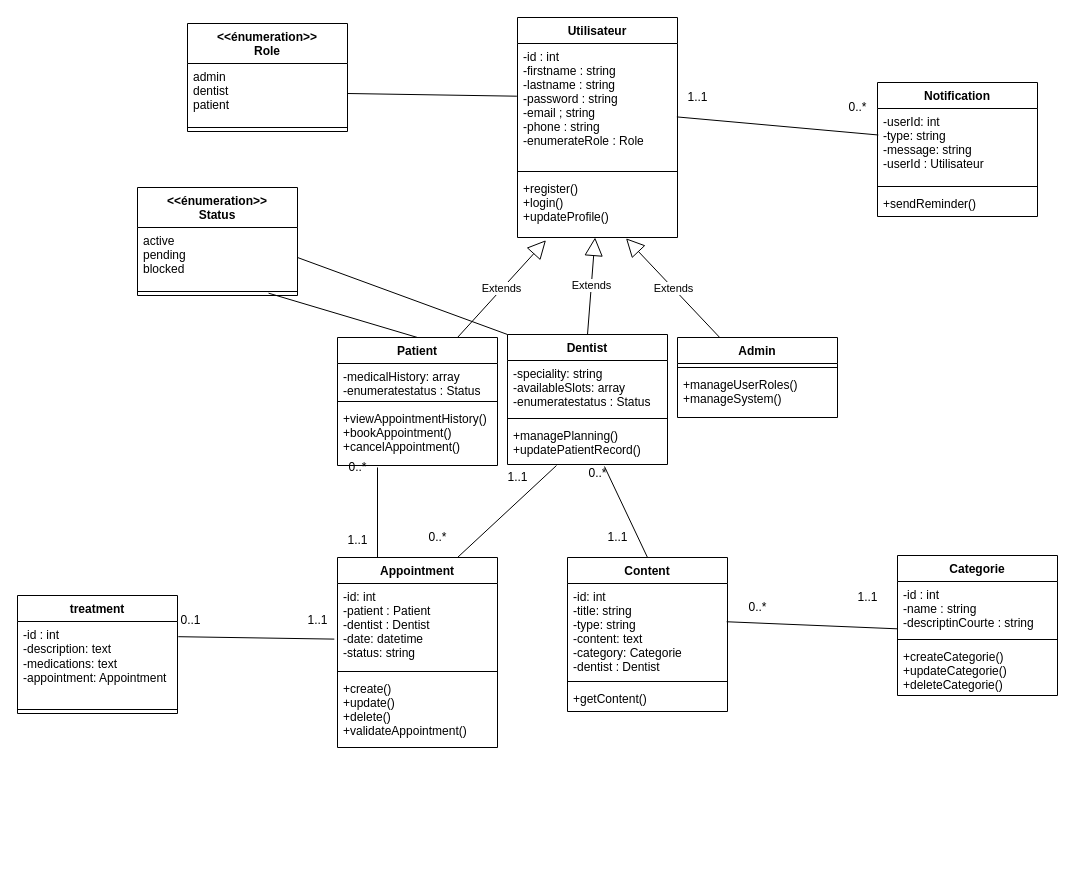
AmeksaKhadija/SmilHub keeps this draw.io diagram as CONCEPTION/DC.drawio. Above is the earlier version. Source tidied: cells renumbered, new cells numbered last; positions are measured from the earlier drawing's top-left corner, leaving out a move shared by most shapes. Both pictures are drawn from the tidied source at 100%, with x=0, y=0 at pixel (17, 17).
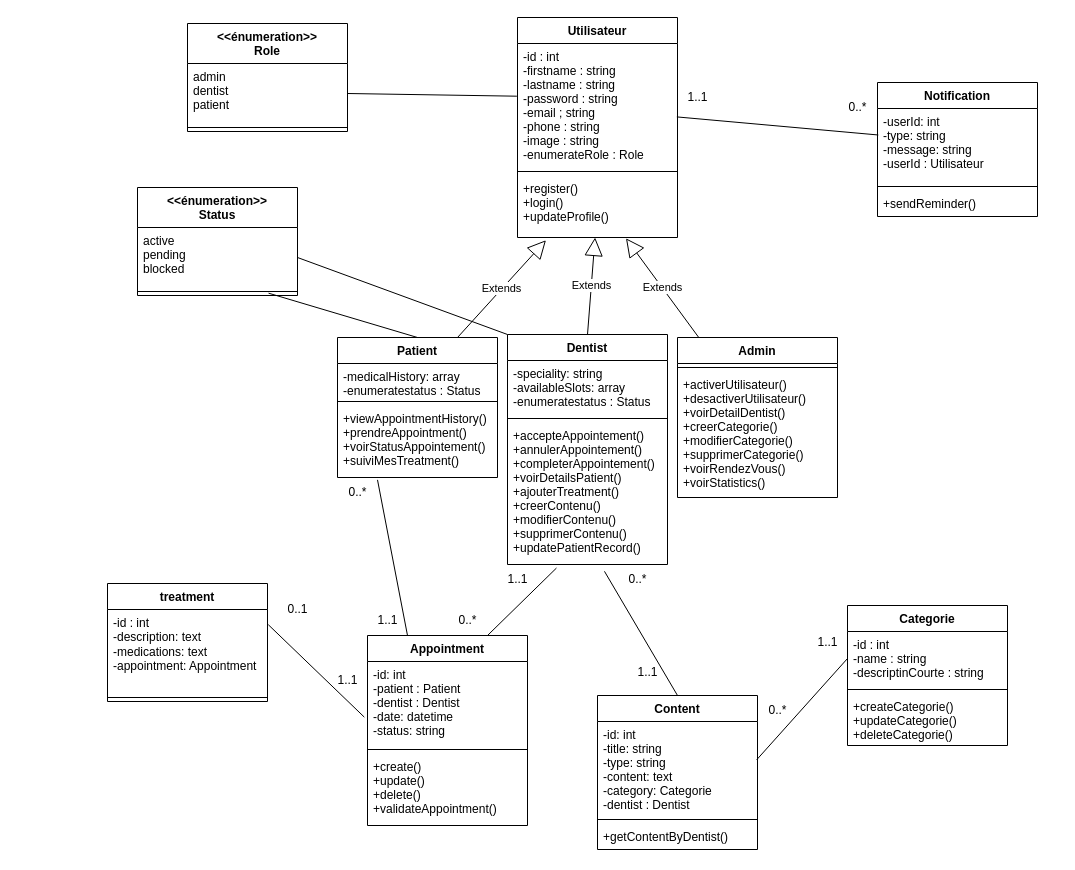
Above is the later version.

Unchanged cells that the change refers to:
```xml
<mxCell id="2" value="Utilisateur" style="swimlane;fontStyle=1;align=center;verticalAlign=top;horizontal=1;startSize=26;" parent="1" vertex="1">
  <mxGeometry x="500" width="160" height="220" as="geometry" />
</mxCell>
<mxCell id="25" value="-id: int&#10;-title: string&#10;-type: string&#10;-content: text&#10;-category: Categorie&#10;-dentist : Dentist" style="text;strokeColor=none;fillColor=none;align=left;verticalAlign=top;spacingLeft=4;spacingRight=4;overflow=hidden;points=[[0,0.5],[1,0.5]];portConstraint=eastwest;" parent="24" vertex="1">
  <mxGeometry y="26" width="160" height="94" as="geometry" />
</mxCell>
<mxCell id="29" value="-id : int &#10;-name : string&#10;-descriptinCourte : string" style="text;strokeColor=none;fillColor=none;align=left;verticalAlign=top;spacingLeft=4;spacingRight=4;overflow=hidden;points=[[0,0.5],[1,0.5]];portConstraint=eastwest;" parent="28" vertex="1">
  <mxGeometry y="26" width="160" height="54" as="geometry" />
</mxCell>
```

The edit, as a diff of the source:
```diff
@@
-    <mxCell id="3" value="-id : int &#10;-firstname : string&#10;-lastname : string &#10;-password : string&#10;-email ; string &#10;-phone : string&#10;-enumerateRole : Role" style="text;strokeColor=none;fillColor=none;align=left;verticalAlign=top;spacingLeft=4;spacingRight=4;overflow=hidden;points=[[0,0.5],[1,0.5]];portConstraint=eastwest;" parent="2" vertex="1">
+    <mxCell id="3" value="-id : int &#10;-firstname : string&#10;-lastname : string &#10;-password : string&#10;-email ; string &#10;-phone : string&#10;-image : string&#10;-enumerateRole : Role" style="text;strokeColor=none;fillColor=none;align=left;verticalAlign=top;spacingLeft=4;spacingRight=4;overflow=hidden;points=[[0,0.5],[1,0.5]];portConstraint=eastwest;" parent="2" vertex="1">
       <mxGeometry y="26" width="160" height="124" as="geometry" />
     </mxCell>
@@
     <mxCell id="9" value="Appointment" style="swimlane;fontStyle=1;align=center;verticalAlign=top;horizontal=1;startSize=26;" parent="1" vertex="1">
-      <mxGeometry x="320" y="540" width="160" height="190" as="geometry" />
+      <mxGeometry x="350" y="618" width="160" height="190" as="geometry" />
     </mxCell>
@@
     <mxCell id="13" value="Patient" style="swimlane;fontStyle=1;align=center;verticalAlign=top;horizontal=1;startSize=26;" parent="1" vertex="1">
-      <mxGeometry x="320" y="320" width="160" height="128" as="geometry" />
+      <mxGeometry x="320" y="320" width="160" height="140" as="geometry" />
     </mxCell>
@@
-    <mxCell id="16" value="+viewAppointmentHistory()&#10;+bookAppointment()&#10;+cancelAppointment()" style="text;strokeColor=none;fillColor=none;align=left;verticalAlign=top;spacingLeft=4;spacingRight=4;overflow=hidden;points=[[0,0.5],[1,0.5]];portConstraint=eastwest;" parent="13" vertex="1">
-      <mxGeometry y="68" width="160" height="60" as="geometry" />
+    <mxCell id="16" value="+viewAppointmentHistory()&#10;+prendreAppointment()&#10;+voirStatusAppointement()&#10;+suiviMesTreatment()" style="text;strokeColor=none;fillColor=none;align=left;verticalAlign=top;spacingLeft=4;spacingRight=4;overflow=hidden;points=[[0,0.5],[1,0.5]];portConstraint=eastwest;" parent="13" vertex="1">
+      <mxGeometry y="68" width="160" height="72" as="geometry" />
     </mxCell>
     <mxCell id="17" value="Dentist" style="swimlane;fontStyle=1;align=center;verticalAlign=top;horizontal=1;startSize=26;" parent="1" vertex="1">
-      <mxGeometry x="490" y="317" width="160" height="130" as="geometry" />
+      <mxGeometry x="490" y="317" width="160" height="230" as="geometry" />
     </mxCell>
@@
-    <mxCell id="20" value="+managePlanning()&#10;+updatePatientRecord()" style="text;strokeColor=none;fillColor=none;align=left;verticalAlign=top;spacingLeft=4;spacingRight=4;overflow=hidden;points=[[0,0.5],[1,0.5]];portConstraint=eastwest;" parent="17" vertex="1">
-      <mxGeometry y="88" width="160" height="42" as="geometry" />
+    <mxCell id="20" value="+accepteAppointement()&#10;+annulerAppointement()&#10;+completerAppointement()&#10;+voirDetailsPatient()&#10;+ajouterTreatment()&#10;+creerContenu()&#10;+modifierContenu()&#10;+supprimerContenu()&#10;+updatePatientRecord()" style="text;strokeColor=none;fillColor=none;align=left;verticalAlign=top;spacingLeft=4;spacingRight=4;overflow=hidden;points=[[0,0.5],[1,0.5]];portConstraint=eastwest;" parent="17" vertex="1">
+      <mxGeometry y="88" width="160" height="142" as="geometry" />
     </mxCell>
     <mxCell id="21" value="Admin" style="swimlane;fontStyle=1;align=center;verticalAlign=top;horizontal=1;startSize=26;" parent="1" vertex="1">
-      <mxGeometry x="660" y="320" width="160" height="80" as="geometry" />
+      <mxGeometry x="660" y="320" width="160" height="160" as="geometry" />
     </mxCell>
@@
-    <mxCell id="23" value="+manageUserRoles()&#10;+manageSystem()" style="text;strokeColor=none;fillColor=none;align=left;verticalAlign=top;spacingLeft=4;spacingRight=4;overflow=hidden;" parent="21" vertex="1">
-      <mxGeometry y="34" width="160" height="46" as="geometry" />
+    <mxCell id="23" value="+activerUtilisateur()&#10;+desactiverUtilisateur()&#10;+voirDetailDentist()&#10;+creerCategorie()&#10;+modifierCategorie()&#10;+supprimerCategorie()&#10;+voirRendezVous()&#10;+voirStatistics()" style="text;strokeColor=none;fillColor=none;align=left;verticalAlign=top;spacingLeft=4;spacingRight=4;overflow=hidden;" parent="21" vertex="1">
+      <mxGeometry y="34" width="160" height="126" as="geometry" />
     </mxCell>
     <mxCell id="24" value="Content" style="swimlane;fontStyle=1;align=center;verticalAlign=top;horizontal=1;startSize=26;" parent="1" vertex="1">
-      <mxGeometry x="550" y="540" width="160" height="154" as="geometry" />
+      <mxGeometry x="580" y="678" width="160" height="154" as="geometry" />
     </mxCell>
@@
-    <mxCell id="27" value="+getContent()" style="text;strokeColor=none;fillColor=none;align=left;verticalAlign=top;spacingLeft=4;spacingRight=4;overflow=hidden;" parent="24" vertex="1">
+    <mxCell id="27" value="+getContentByDentist()" style="text;strokeColor=none;fillColor=none;align=left;verticalAlign=top;spacingLeft=4;spacingRight=4;overflow=hidden;" parent="24" vertex="1">
       <mxGeometry y="128" width="160" height="26" as="geometry" />
     </mxCell>
     <mxCell id="28" value="Categorie" style="swimlane;fontStyle=1;align=center;verticalAlign=top;horizontal=1;startSize=26;" parent="1" vertex="1">
-      <mxGeometry x="880" y="538" width="160" height="140" as="geometry" />
+      <mxGeometry x="830" y="588" width="160" height="140" as="geometry" />
     </mxCell>
@@
     <mxCell id="45" value="0..*" style="text;html=1;align=center;verticalAlign=middle;strokeColor=none;fillColor=none;" parent="1" vertex="1">
-      <mxGeometry x="320" y="435" width="40" height="30" as="geometry" />
+      <mxGeometry x="320" y="460" width="40" height="30" as="geometry" />
     </mxCell>
     <mxCell id="46" value="1..1" style="text;html=1;align=center;verticalAlign=middle;strokeColor=none;fillColor=none;" parent="1" vertex="1">
-      <mxGeometry x="320" y="508" width="40" height="30" as="geometry" />
+      <mxGeometry x="350" y="588" width="40" height="30" as="geometry" />
     </mxCell>
     <mxCell id="47" value="0..*" style="text;html=1;align=center;verticalAlign=middle;strokeColor=none;fillColor=none;" parent="1" vertex="1">
-      <mxGeometry x="400" y="505" width="40" height="30" as="geometry" />
+      <mxGeometry x="430" y="588" width="40" height="30" as="geometry" />
     </mxCell>
     <mxCell id="48" value="1..1" style="text;html=1;align=center;verticalAlign=middle;strokeColor=none;fillColor=none;" parent="1" vertex="1">
-      <mxGeometry x="480" y="445" width="40" height="30" as="geometry" />
+      <mxGeometry x="480" y="547" width="40" height="30" as="geometry" />
     </mxCell>
@@
     <mxCell id="50" value="1..1" style="text;html=1;align=center;verticalAlign=middle;strokeColor=none;fillColor=none;" parent="1" vertex="1">
-      <mxGeometry x="580" y="505" width="40" height="30" as="geometry" />
+      <mxGeometry x="610" y="640" width="40" height="30" as="geometry" />
     </mxCell>
     <mxCell id="51" value="0..*" style="text;html=1;align=center;verticalAlign=middle;strokeColor=none;fillColor=none;" parent="1" vertex="1">
-      <mxGeometry x="560" y="441" width="40" height="30" as="geometry" />
+      <mxGeometry x="600" y="547" width="40" height="30" as="geometry" />
     </mxCell>
-    <mxCell id="52" style="endArrow=none;html=1;exitX=0.995;exitY=0.407;exitDx=0;exitDy=0;entryX=-0.003;entryY=0.894;entryDx=0;entryDy=0;entryPerimeter=0;exitPerimeter=0;" parent="1" edge="1" source="25">
-      <mxGeometry relative="1" as="geometry">
-        <mxPoint x="879.5" y="611.3" as="targetPoint" />
-      </mxGeometry>
+    <mxCell id="52" style="endArrow=none;html=1;exitX=0.995;exitY=0.407;exitDx=0;exitDy=0;entryX=0;entryY=0.5;entryDx=0;entryDy=0;exitPerimeter=0;" parent="1" edge="1" source="25" target="29">
+      <mxGeometry relative="1" as="geometry" />
     </mxCell>
     <mxCell id="53" value="0..*" style="text;html=1;align=center;verticalAlign=middle;strokeColor=none;fillColor=none;" parent="1" vertex="1">
-      <mxGeometry x="720" y="575" width="40" height="30" as="geometry" />
+      <mxGeometry x="740" y="678" width="40" height="30" as="geometry" />
     </mxCell>
     <mxCell id="54" value="1..1" style="text;html=1;align=center;verticalAlign=middle;strokeColor=none;fillColor=none;" parent="1" vertex="1">
-      <mxGeometry x="830" y="565" width="40" height="30" as="geometry" />
+      <mxGeometry x="790" y="610" width="40" height="30" as="geometry" />
     </mxCell>
@@
     <mxCell id="60" value="treatment" style="swimlane;fontStyle=1;align=center;verticalAlign=top;horizontal=1;startSize=26;whiteSpace=wrap;html=1;" parent="1" vertex="1">
-      <mxGeometry y="578" width="160" height="118" as="geometry" />
+      <mxGeometry x="90" y="566" width="160" height="118" as="geometry" />
     </mxCell>
@@
     <mxCell id="64" value="0..1" style="text;html=1;align=center;verticalAlign=middle;strokeColor=none;fillColor=none;" parent="1" vertex="1">
-      <mxGeometry x="153" y="588" width="40" height="30" as="geometry" />
+      <mxGeometry x="260" y="577" width="40" height="30" as="geometry" />
     </mxCell>
     <mxCell id="65" value="1..1" style="text;html=1;align=center;verticalAlign=middle;strokeColor=none;fillColor=none;" parent="1" vertex="1">
-      <mxGeometry x="280" y="588" width="40" height="30" as="geometry" />
+      <mxGeometry x="310" y="648" width="40" height="30" as="geometry" />
     </mxCell>
```
